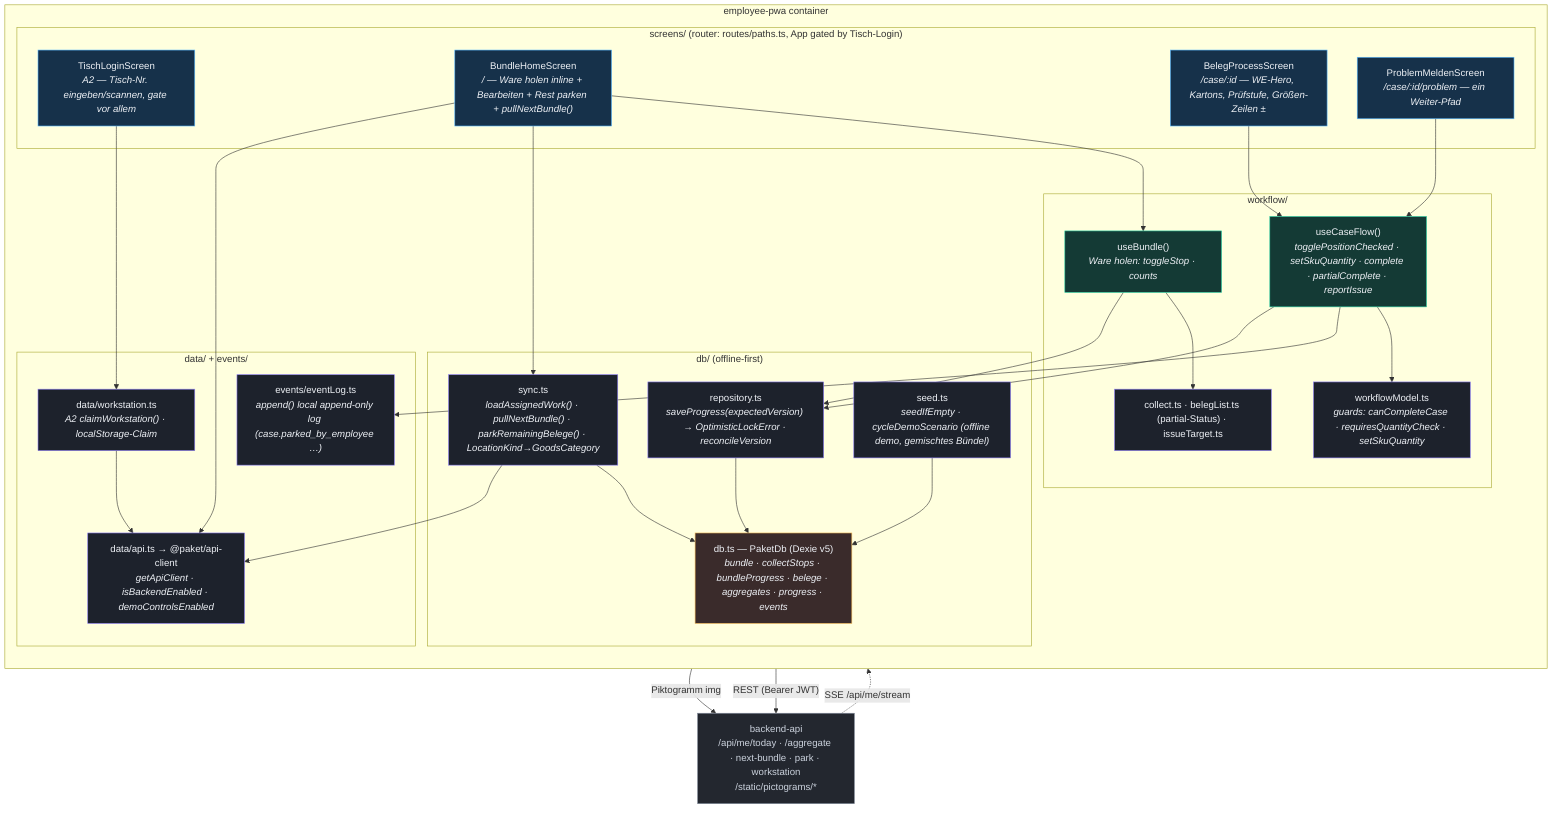
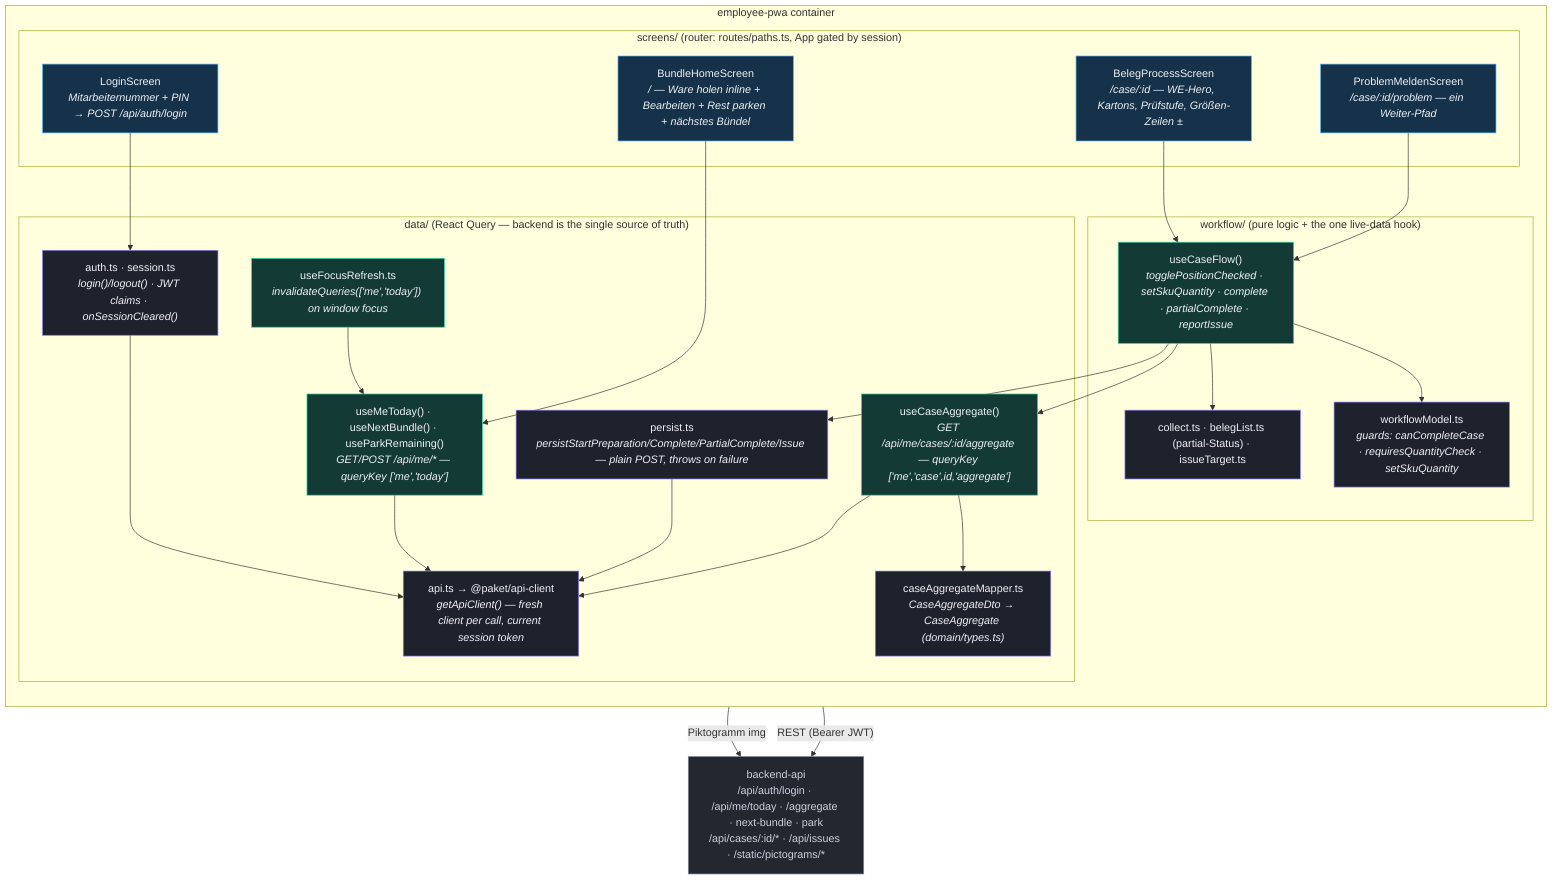
- %% C4 Level 3 — Components: employee-pwa (React + Vite PWA, offline-first)
- %% Verified against apps/employee-pwa/src/* (screens/, workflow/, db/, data/, events/, routes/).
- %% Ein-Screen-Flow (Dustin-Feedback 03.07.2026): Tisch-Login-Gate, Ware holen inline,
- %% Parkposition, kein /collect mehr.
+ %% C4 Level 3 — Components: employee-pwa (React + Vite PWA)
+ %% Verified against apps/employee-pwa/src/* (screens/, workflow/, data/, routes/) — task-13.
+ %% Real employee login (data/auth.ts) gates the app; the backend is the single source of
+ %% truth via React Query — the former Dexie-backed db/ (offline-first cache), events/
+ %% (local audit log) and seed/sync/repository modules are gone (tasks 10-13).
flowchart TB
    classDef screen fill:#16314a,stroke:#56b6ff,color:#eef1f6;
    classDef hook fill:#143a35,stroke:#2dd4a7,color:#eef1f6;
    classDef logic fill:#1d222c,stroke:#8b7cf6,color:#eef1f6;
-     classDef store fill:#3a2b2b,stroke:#f5b955,color:#eef1f6;
    classDef ext fill:#23272f,stroke:#7c8696,color:#cbd2dd;

-     api["backend-api<br/>/api/me/today · /aggregate · next-bundle · park · workstation<br/>/static/pictograms/*"]:::ext
+     api["backend-api<br/>/api/auth/login · /api/me/today · /aggregate · next-bundle · park<br/>/api/cases/:id/* · /api/issues · /static/pictograms/*"]:::ext

    subgraph pwa["employee-pwa container"]
        direction TB
-         subgraph screens["screens/ (router: routes/paths.ts, App gated by Tisch-Login)"]
-             login["TischLoginScreen<br/><i>A2 — Tisch-Nr. eingeben/scannen, gate vor allem</i>"]:::screen
-             home["BundleHomeScreen<br/><i>/ — Ware holen inline + Bearbeiten + Rest parken + pullNextBundle()</i>"]:::screen
+         subgraph screens["screens/ (router: routes/paths.ts, App gated by session)"]
+             login["LoginScreen<br/><i>Mitarbeiternummer + PIN → POST /api/auth/login</i>"]:::screen
+             home["BundleHomeScreen<br/><i>/ — Ware holen inline + Bearbeiten + Rest parken + nächstes Bündel</i>"]:::screen
            process["BelegProcessScreen<br/><i>/case/:id — WE-Hero, Kartons, Prüfstufe, Größen-Zeilen ±</i>"]:::screen
            problem["ProblemMeldenScreen<br/><i>/case/:id/problem — ein Weiter-Pfad</i>"]:::screen
        end
-         subgraph wf["workflow/"]
-             useBundle["useBundle()<br/><i>Ware holen: toggleStop · counts</i>"]:::hook
+         subgraph wf["workflow/ (pure logic + the one live-data hook)"]
            useCaseFlow["useCaseFlow()<br/><i>togglePositionChecked · setSkuQuantity · complete · partialComplete · reportIssue</i>"]:::hook
            model["workflowModel.ts<br/><i>guards: canCompleteCase · requiresQuantityCheck · setSkuQuantity</i>"]:::logic
            collectLogic["collect.ts · belegList.ts (partial-Status) · issueTarget.ts"]:::logic
        end
-         subgraph dbl["db/ (offline-first)"]
-             dexie["db.ts — PaketDb (Dexie v5)<br/><i>bundle · collectStops · bundleProgress · belege · aggregates · progress · events</i>"]:::store
-             repo["repository.ts<br/><i>saveProgress(expectedVersion) → OptimisticLockError · reconcileVersion</i>"]:::logic
-             sync["sync.ts<br/><i>loadAssignedWork() · pullNextBundle() · parkRemainingBelege() · LocationKind→GoodsCategory</i>"]:::logic
-             seed["seed.ts<br/><i>seedIfEmpty · cycleDemoScenario (offline demo, gemischtes Bündel)</i>"]:::logic
-         end
-         subgraph data["data/ + events/"]
-             apiClient["data/api.ts → @paket/api-client<br/><i>getApiClient · isBackendEnabled · demoControlsEnabled</i>"]:::logic
-             workstation["data/workstation.ts<br/><i>A2 claimWorkstation() · localStorage-Claim</i>"]:::logic
-             eventLog["events/eventLog.ts<br/><i>append() local append-only log (case.parked_by_employee …)</i>"]:::logic
+         subgraph data["data/ (React Query — backend is the single source of truth)"]
+             apiClient["api.ts → @paket/api-client<br/><i>getApiClient() — fresh client per call, current session token</i>"]:::logic
+             auth["auth.ts · session.ts<br/><i>login()/logout() · JWT claims · onSessionCleared()</i>"]:::logic
+             meToday["useMeToday() · useNextBundle() · useParkRemaining()<br/><i>GET/POST /api/me/* — queryKey ['me','today']</i>"]:::hook
+             caseAgg["useCaseAggregate()<br/><i>GET /api/me/cases/:id/aggregate — queryKey ['me','case',id,'aggregate']</i>"]:::hook
+             mapper["caseAggregateMapper.ts<br/><i>CaseAggregateDto → CaseAggregate (domain/types.ts)</i>"]:::logic
+             persist["persist.ts<br/><i>persistStartPreparation/Complete/PartialComplete/Issue — plain POST, throws on failure</i>"]:::logic
+             focus["useFocusRefresh.ts<br/><i>invalidateQueries(['me','today']) on window focus</i>"]:::hook
        end
    end

-     login --> workstation
-     home --> useBundle
+     login --> auth
+     auth --> apiClient
+     home --> meToday
    process --> useCaseFlow
    problem --> useCaseFlow
-     useBundle --> collectLogic
    useCaseFlow --> model
-     useCaseFlow --> eventLog
-     useBundle --> repo
-     useCaseFlow --> repo
-     repo --> dexie
-     sync --> dexie
-     seed --> dexie
-     home --> sync
-     sync --> apiClient
-     home --> apiClient
-     workstation --> apiClient
+     useCaseFlow --> collectLogic
+     useCaseFlow --> caseAgg
+     useCaseFlow --> persist
+     caseAgg --> mapper
+     caseAgg --> apiClient
+     meToday --> apiClient
+     persist --> apiClient
+     focus --> meToday
    process -->|"Piktogramm img"| api
    apiClient -->|"REST (Bearer JWT)"| api
-     api -. "SSE /api/me/stream" .-> home
